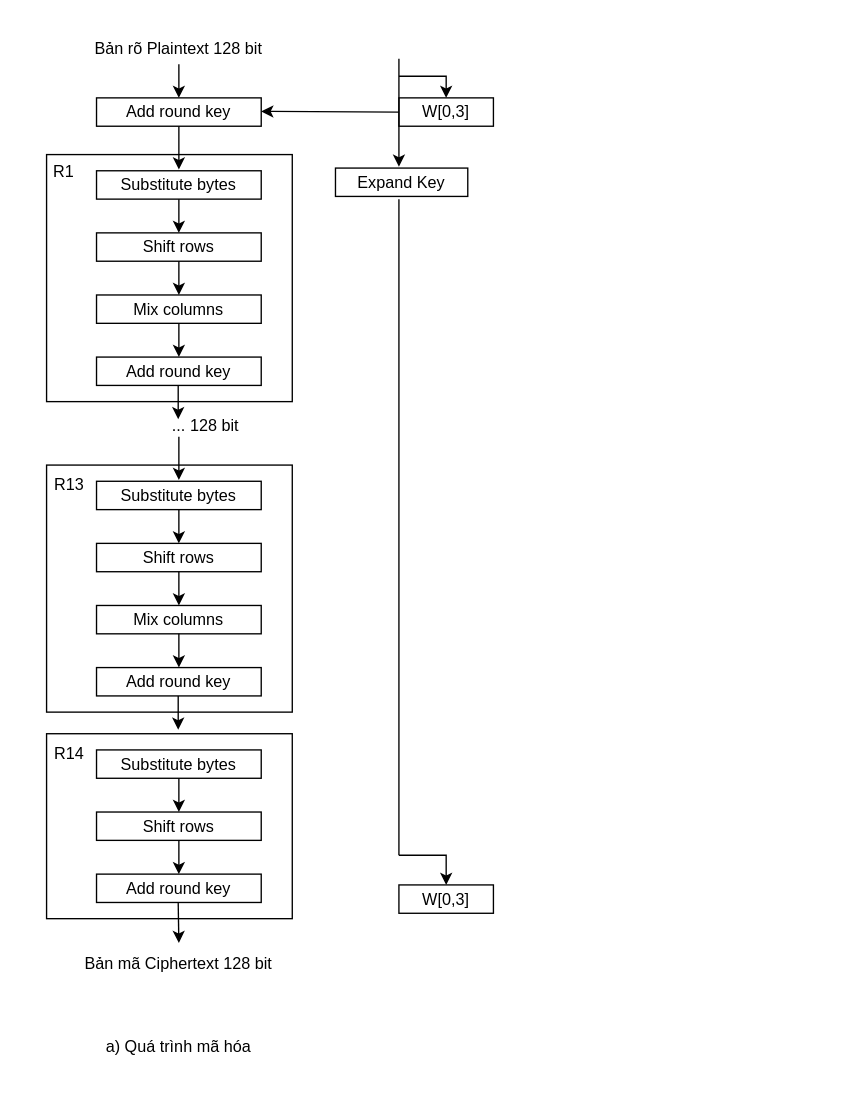
Above: Untitled Diagram.drawio in nghiafl1/spring-boot-learning (draw.io), before the change. Source tidied: cells renumbered, new cells numbered last; positions are measured from the earlier drawing's top-left corner, leaving out a move shared by most shapes. Both pictures are drawn from the tidied source at 135%, with x=0, y=0 at pixel (23, 28).
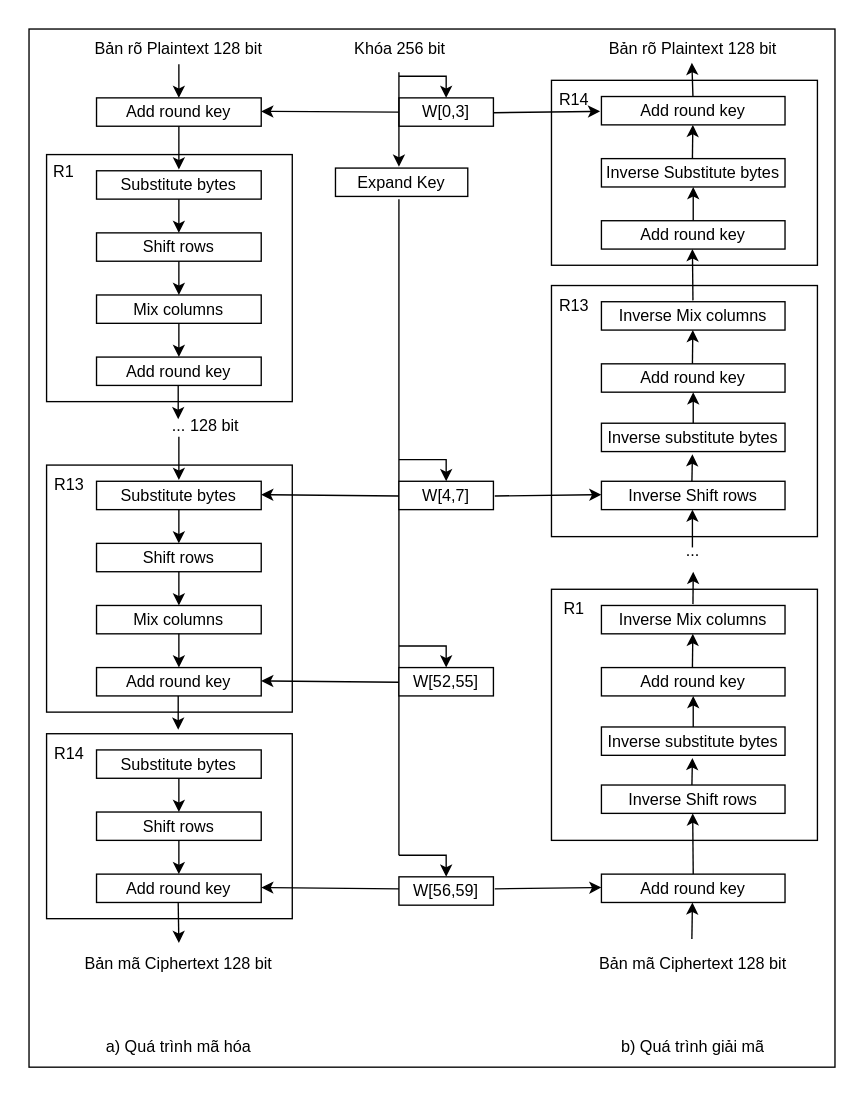
After the change.

Change to the diagram source:
```diff
@@
+    <mxCell id="46" style="rounded=0;whiteSpace=wrap;html=1;" parent="1" vertex="1">
+      <mxGeometry x="4" width="597" height="769" as="geometry" />
+    </mxCell>
+    <mxCell id="47" style="rounded=0;whiteSpace=wrap;html=1;" parent="1" vertex="1">
+      <mxGeometry x="391" y="190" width="197" height="186" as="geometry" />
+    </mxCell>
@@
-    <mxCell id="40" style="endArrow=classic;html=1;rounded=0;exitX=0.5;exitY=1;exitDx=0;exitDy=0;" parent="1" edge="1">
+    <mxCell id="40" style="endArrow=classic;html=1;rounded=0;" parent="1" edge="1">
       <mxGeometry relative="1" as="geometry">
-        <mxPoint x="278" y="22" as="sourcePoint" />
+        <mxPoint x="278" y="32" as="sourcePoint" />
         <mxPoint x="278" y="102" as="targetPoint" />
       </mxGeometry>
     </mxCell>
@@
-    <mxCell id="45" value="W[0,3]" style="rounded=0;whiteSpace=wrap;html=1;" parent="1" vertex="1">
-      <mxGeometry x="278" y="634" width="70" height="21" as="geometry" />
+    <mxCell id="45" value="W[56,59]" style="rounded=0;whiteSpace=wrap;html=1;" parent="1" vertex="1">
+      <mxGeometry x="278" y="628" width="70" height="21" as="geometry" />
     </mxCell>
+    <mxCell id="48" value="&lt;p dir=&quot;auto&quot; style=&quot;white-space-collapse: preserve;&quot;&gt;Khóa 256 bit&lt;/p&gt;" style="text;html=1;whiteSpace=wrap;strokeColor=none;fillColor=none;align=center;verticalAlign=middle;rounded=0;" parent="1" vertex="1">
+      <mxGeometry x="199" width="160" height="30" as="geometry" />
+    </mxCell>
+    <mxCell id="49" value="W[4,7]" style="rounded=0;whiteSpace=wrap;html=1;" parent="1" vertex="1">
+      <mxGeometry x="278" y="335" width="70" height="21" as="geometry" />
+    </mxCell>
+    <mxCell id="50" style="endArrow=classic;html=1;rounded=0;entryX=0.5;entryY=0;entryDx=0;entryDy=0;" parent="1" edge="1" target="49">
+      <mxGeometry relative="1" as="geometry">
+        <mxPoint x="278" y="319" as="sourcePoint" />
+        <Array as="points">
+          <mxPoint x="313" y="319" />
+        </Array>
+      </mxGeometry>
+    </mxCell>
+    <mxCell id="51" value="W[52,55]" style="rounded=0;whiteSpace=wrap;html=1;" parent="1" vertex="1">
+      <mxGeometry x="278" y="473" width="70" height="21" as="geometry" />
+    </mxCell>
+    <mxCell id="52" style="endArrow=classic;html=1;rounded=0;entryX=0.5;entryY=0;entryDx=0;entryDy=0;" parent="1" edge="1" target="51">
+      <mxGeometry relative="1" as="geometry">
+        <mxPoint x="278" y="457" as="sourcePoint" />
+        <Array as="points">
+          <mxPoint x="313" y="457" />
+        </Array>
+      </mxGeometry>
+    </mxCell>
+    <mxCell id="53" style="rounded=0;whiteSpace=wrap;html=1;" parent="1" vertex="1">
+      <mxGeometry x="391" y="38" width="197" height="137" as="geometry" />
+    </mxCell>
+    <mxCell id="54" value="Add round key" style="rounded=0;whiteSpace=wrap;html=1;" parent="1" vertex="1">
+      <mxGeometry x="428" y="50" width="136" height="21" as="geometry" />
+    </mxCell>
+    <mxCell id="55" value="Inverse Substitute bytes" style="rounded=0;whiteSpace=wrap;html=1;" parent="1" vertex="1">
+      <mxGeometry x="428" y="96" width="136" height="21" as="geometry" />
+    </mxCell>
+    <mxCell id="56" style="endArrow=classic;html=1;rounded=0;" parent="1" edge="1">
+      <mxGeometry relative="1" as="geometry">
+        <mxPoint x="495.4" y="96" as="sourcePoint" />
+        <mxPoint x="495.7" y="71" as="targetPoint" />
+      </mxGeometry>
+    </mxCell>
+    <mxCell id="57" style="edgeStyle=orthogonalEdgeStyle;rounded=0;jettySize=auto;html=1;" parent="1" edge="1" source="58" target="55">
+      <mxGeometry relative="1" as="geometry" />
+    </mxCell>
+    <mxCell id="58" value="Add round key" style="rounded=0;whiteSpace=wrap;html=1;" parent="1" vertex="1">
+      <mxGeometry x="428" y="142" width="136" height="21" as="geometry" />
+    </mxCell>
+    <mxCell id="59" style="endArrow=classic;html=1;rounded=0;" parent="1" edge="1">
+      <mxGeometry relative="1" as="geometry">
+        <mxPoint x="495.8" y="50" as="sourcePoint" />
+        <mxPoint x="495" y="25" as="targetPoint" />
+      </mxGeometry>
+    </mxCell>
+    <mxCell id="60" style="endArrow=classic;html=1;rounded=0;" parent="1" edge="1">
+      <mxGeometry relative="1" as="geometry">
+        <mxPoint x="495.8" y="201" as="sourcePoint" />
+        <mxPoint x="495.4" y="163" as="targetPoint" />
+      </mxGeometry>
+    </mxCell>
+    <mxCell id="61" value="R14" style="text;html=1;whiteSpace=wrap;strokeColor=none;fillColor=none;align=center;verticalAlign=middle;rounded=0;" parent="1" vertex="1">
+      <mxGeometry x="378" y="38" width="60" height="30" as="geometry" />
+    </mxCell>
+    <mxCell id="62" style="endArrow=classic;html=1;rounded=0;" parent="1" edge="1">
+      <mxGeometry relative="1" as="geometry">
+        <mxPoint x="348" y="62" as="sourcePoint" />
+        <mxPoint x="427" y="61" as="targetPoint" />
+      </mxGeometry>
+    </mxCell>
+    <mxCell id="63" value="Inverse Mix columns" style="rounded=0;whiteSpace=wrap;html=1;" parent="1" vertex="1">
+      <mxGeometry x="428" y="202" width="136" height="21" as="geometry" />
+    </mxCell>
+    <mxCell id="64" value="Add round key" style="rounded=0;whiteSpace=wrap;html=1;" parent="1" vertex="1">
+      <mxGeometry x="428" y="248" width="136" height="21" as="geometry" />
+    </mxCell>
+    <mxCell id="65" style="endArrow=classic;html=1;rounded=0;" parent="1" edge="1">
+      <mxGeometry relative="1" as="geometry">
+        <mxPoint x="495.4" y="248" as="sourcePoint" />
+        <mxPoint x="495.7" y="223" as="targetPoint" />
+      </mxGeometry>
+    </mxCell>
+    <mxCell id="66" style="edgeStyle=orthogonalEdgeStyle;rounded=0;jettySize=auto;html=1;" parent="1" edge="1" source="67" target="64">
+      <mxGeometry relative="1" as="geometry" />
+    </mxCell>
+    <mxCell id="67" value="Inverse substitute bytes" style="rounded=0;whiteSpace=wrap;html=1;" parent="1" vertex="1">
+      <mxGeometry x="428" y="292" width="136" height="21" as="geometry" />
+    </mxCell>
+    <mxCell id="68" style="endArrow=classic;html=1;rounded=0;" parent="1" edge="1">
+      <mxGeometry relative="1" as="geometry">
+        <mxPoint x="495" y="337" as="sourcePoint" />
+        <mxPoint x="495.4" y="315" as="targetPoint" />
+      </mxGeometry>
+    </mxCell>
+    <mxCell id="69" value="R13" style="text;html=1;whiteSpace=wrap;strokeColor=none;fillColor=none;align=center;verticalAlign=middle;rounded=0;" parent="1" vertex="1">
+      <mxGeometry x="378" y="190" width="60" height="30" as="geometry" />
+    </mxCell>
+    <mxCell id="70" value="Inverse Shift rows" style="rounded=0;whiteSpace=wrap;html=1;" parent="1" vertex="1">
+      <mxGeometry x="428" y="335" width="136" height="21" as="geometry" />
+    </mxCell>
+    <mxCell id="71" style="rounded=0;whiteSpace=wrap;html=1;" parent="1" vertex="1">
+      <mxGeometry x="391" y="415" width="197" height="186" as="geometry" />
+    </mxCell>
+    <mxCell id="72" style="endArrow=classic;html=1;rounded=0;entryX=0.5;entryY=1;entryDx=0;entryDy=0;" parent="1" edge="1" target="81">
+      <mxGeometry relative="1" as="geometry">
+        <mxPoint x="495.8" y="426" as="sourcePoint" />
+      </mxGeometry>
+    </mxCell>
+    <mxCell id="73" value="Inverse Mix columns" style="rounded=0;whiteSpace=wrap;html=1;" parent="1" vertex="1">
+      <mxGeometry x="428" y="427" width="136" height="21" as="geometry" />
+    </mxCell>
+    <mxCell id="74" value="Add round key" style="rounded=0;whiteSpace=wrap;html=1;" parent="1" vertex="1">
+      <mxGeometry x="428" y="473" width="136" height="21" as="geometry" />
+    </mxCell>
+    <mxCell id="75" style="endArrow=classic;html=1;rounded=0;" parent="1" edge="1">
+      <mxGeometry relative="1" as="geometry">
+        <mxPoint x="495.4" y="473" as="sourcePoint" />
+        <mxPoint x="495.7" y="448" as="targetPoint" />
+      </mxGeometry>
+    </mxCell>
+    <mxCell id="76" style="edgeStyle=orthogonalEdgeStyle;rounded=0;jettySize=auto;html=1;" parent="1" edge="1" source="77" target="74">
+      <mxGeometry relative="1" as="geometry" />
+    </mxCell>
+    <mxCell id="77" value="Inverse substitute bytes" style="rounded=0;whiteSpace=wrap;html=1;" parent="1" vertex="1">
+      <mxGeometry x="428" y="517" width="136" height="21" as="geometry" />
+    </mxCell>
+    <mxCell id="78" style="endArrow=classic;html=1;rounded=0;" parent="1" edge="1">
+      <mxGeometry relative="1" as="geometry">
+        <mxPoint x="495" y="562" as="sourcePoint" />
+        <mxPoint x="495.4" y="540" as="targetPoint" />
+      </mxGeometry>
+    </mxCell>
+    <mxCell id="79" value="R1" style="text;html=1;whiteSpace=wrap;strokeColor=none;fillColor=none;align=center;verticalAlign=middle;rounded=0;" parent="1" vertex="1">
+      <mxGeometry x="378" y="415" width="60" height="30" as="geometry" />
+    </mxCell>
+    <mxCell id="80" value="Inverse Shift rows" style="rounded=0;whiteSpace=wrap;html=1;" parent="1" vertex="1">
+      <mxGeometry x="428" y="560" width="136" height="21" as="geometry" />
+    </mxCell>
+    <mxCell id="81" value="..." style="text;html=1;whiteSpace=wrap;strokeColor=none;fillColor=none;align=center;verticalAlign=middle;rounded=0;" parent="1" vertex="1">
+      <mxGeometry x="466" y="372" width="60" height="30" as="geometry" />
+    </mxCell>
+    <mxCell id="82" style="endArrow=classic;html=1;rounded=0;" parent="1" edge="1">
+      <mxGeometry relative="1" as="geometry">
+        <mxPoint x="495.4" y="384" as="sourcePoint" />
+        <mxPoint x="495.4" y="356" as="targetPoint" />
+      </mxGeometry>
+    </mxCell>
+    <mxCell id="83" style="endArrow=classic;html=1;rounded=0;" parent="1" edge="1">
+      <mxGeometry relative="1" as="geometry">
+        <mxPoint x="349" y="345.9" as="sourcePoint" />
+        <mxPoint x="428" y="344.9" as="targetPoint" />
+      </mxGeometry>
+    </mxCell>
+    <mxCell id="84" style="endArrow=classic;html=1;rounded=0;exitX=0;exitY=0.5;exitDx=0;exitDy=0;" parent="1" edge="1">
+      <mxGeometry relative="1" as="geometry">
+        <mxPoint x="278" y="345.9" as="sourcePoint" />
+        <mxPoint x="176" y="344.9" as="targetPoint" />
+      </mxGeometry>
+    </mxCell>
+    <mxCell id="85" style="endArrow=classic;html=1;rounded=0;exitX=0;exitY=0.5;exitDx=0;exitDy=0;" parent="1" edge="1">
+      <mxGeometry relative="1" as="geometry">
+        <mxPoint x="278" y="483.9" as="sourcePoint" />
+        <mxPoint x="176" y="482.9" as="targetPoint" />
+      </mxGeometry>
+    </mxCell>
+    <mxCell id="86" value="Add round key" style="rounded=0;whiteSpace=wrap;html=1;" parent="1" vertex="1">
+      <mxGeometry x="428" y="626" width="136" height="21" as="geometry" />
+    </mxCell>
+    <mxCell id="87" style="endArrow=classic;html=1;rounded=0;" parent="1" edge="1">
+      <mxGeometry relative="1" as="geometry">
+        <mxPoint x="349" y="636.9" as="sourcePoint" />
+        <mxPoint x="428" y="635.9" as="targetPoint" />
+      </mxGeometry>
+    </mxCell>
+    <mxCell id="88" style="endArrow=classic;html=1;rounded=0;exitX=0;exitY=0.5;exitDx=0;exitDy=0;" parent="1" edge="1">
+      <mxGeometry relative="1" as="geometry">
+        <mxPoint x="278" y="636.9" as="sourcePoint" />
+        <mxPoint x="176" y="635.9" as="targetPoint" />
+      </mxGeometry>
+    </mxCell>
+    <mxCell id="89" style="endArrow=classic;html=1;rounded=0;entryX=0.5;entryY=1;entryDx=0;entryDy=0;exitX=0.5;exitY=0;exitDx=0;exitDy=0;" parent="1" edge="1" source="86">
+      <mxGeometry relative="1" as="geometry">
+        <mxPoint x="495.6" y="581" as="targetPoint" />
+      </mxGeometry>
+    </mxCell>
+    <mxCell id="90" style="endArrow=classic;html=1;rounded=0;" parent="1" edge="1">
+      <mxGeometry relative="1" as="geometry">
+        <mxPoint x="495" y="674" as="sourcePoint" />
+        <mxPoint x="495.4" y="647" as="targetPoint" />
+      </mxGeometry>
+    </mxCell>
+    <mxCell id="91" value="&lt;p dir=&quot;auto&quot; style=&quot;white-space-collapse: preserve;&quot;&gt;Bản mã Ciphertext 128 bit&lt;/p&gt;" style="text;html=1;whiteSpace=wrap;strokeColor=none;fillColor=none;align=center;verticalAlign=middle;rounded=0;" parent="1" vertex="1">
+      <mxGeometry x="416" y="678" width="160" height="30" as="geometry" />
+    </mxCell>
+    <mxCell id="92" value="&lt;p dir=&quot;auto&quot; style=&quot;white-space-collapse: preserve;&quot;&gt;b) Quá trình giải mã&lt;/p&gt;" style="text;html=1;whiteSpace=wrap;strokeColor=none;fillColor=none;align=center;verticalAlign=middle;rounded=0;" parent="1" vertex="1">
+      <mxGeometry x="416" y="739" width="160" height="30" as="geometry" />
+    </mxCell>
+    <mxCell id="93" value="&lt;p dir=&quot;auto&quot; style=&quot;white-space-collapse: preserve;&quot;&gt;Bản rõ Plaintext 128 bit&lt;/p&gt;" style="text;html=1;whiteSpace=wrap;strokeColor=none;fillColor=none;align=center;verticalAlign=middle;rounded=0;" parent="1" vertex="1">
+      <mxGeometry x="416" width="160" height="30" as="geometry" />
+    </mxCell>
```
